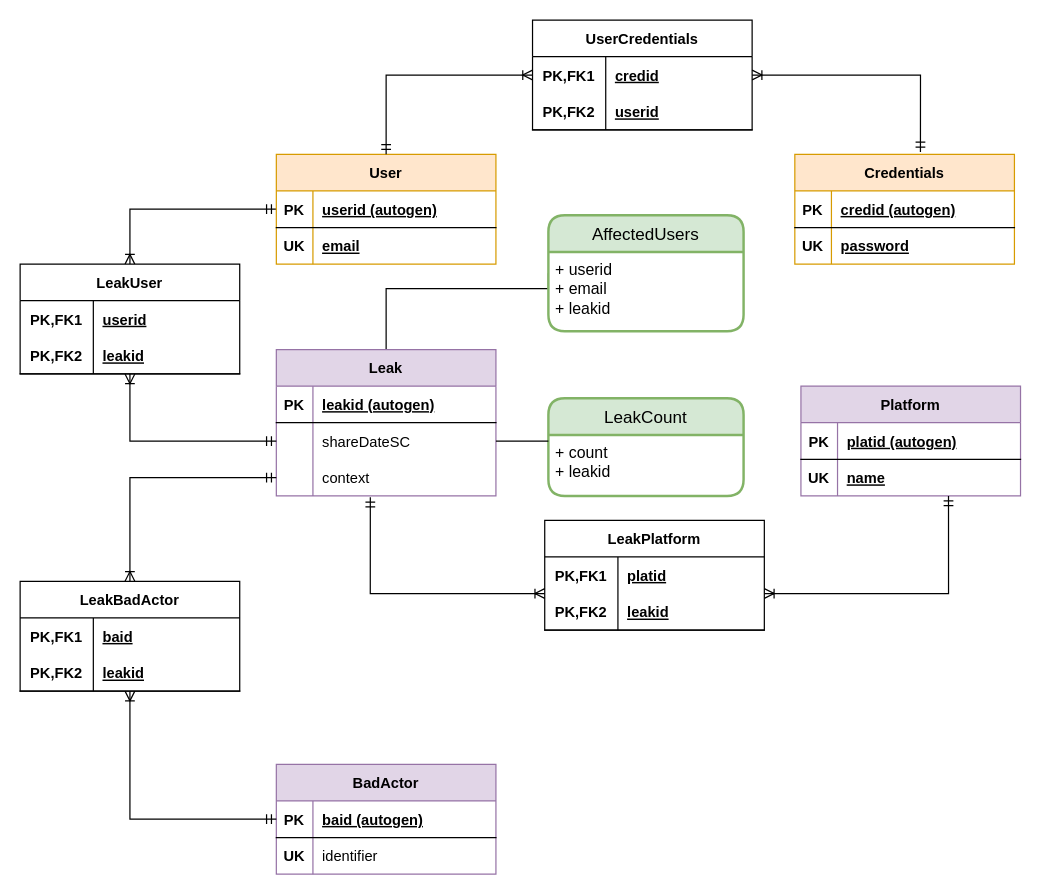
palavrapasse/docs keeps this draw.io diagram as core/src/002-data-model.drawio. Above is the earlier version. Source tidied: cells renumbered, new cells numbered last; positions are measured from the earlier drawing's top-left corner, leaving out a move shared by most shapes. Both pictures are drawn from the tidied source at 122%, with x=0, y=0 at pixel (20, 20).
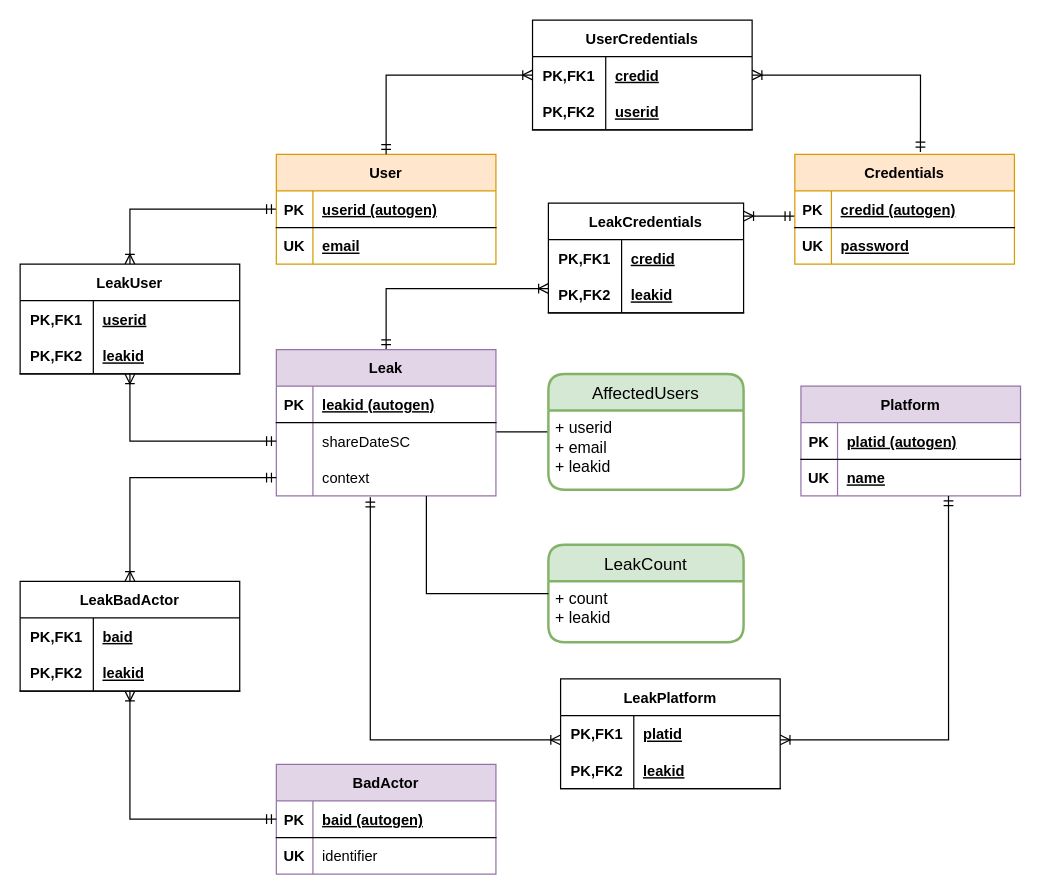
The same diagram, later.

The change refers to these unchanged cells:
```xml
<mxCell id="10" style="shape=tableRow;horizontal=0;startSize=0;swimlaneHead=0;swimlaneBody=0;fillColor=none;points=[[0,0.5],[1,0.5]];portConstraint=eastwest;top=0;left=0;right=0;bottom=1;" parent="9" vertex="1">
  <mxGeometry y="30" width="180" height="30" as="geometry" />
</mxCell>
<mxCell id="17" value="Leak" style="shape=table;startSize=30;childLayout=tableLayout;rowLines=0;fontStyle=1;align=center;fillColor=#e1d5e7;strokeColor=#9673a6;" parent="1" vertex="1">
  <mxGeometry x="210" y="270" width="180" height="120" as="geometry" />
</mxCell>
<mxCell id="21" style="shape=tableRow;horizontal=0;startSize=0;swimlaneHead=0;swimlaneBody=0;fillColor=none;points=[[0,0.5],[1,0.5]];portConstraint=eastwest;top=0;left=0;right=0;bottom=0;" parent="17" vertex="1">
  <mxGeometry y="60" width="180" height="30" as="geometry" />
</mxCell>
<mxCell id="24" style="shape=tableRow;horizontal=0;startSize=0;swimlaneHead=0;swimlaneBody=0;fillColor=none;points=[[0,0.5],[1,0.5]];portConstraint=eastwest;top=0;left=0;right=0;bottom=0;" parent="17" vertex="1">
  <mxGeometry y="90" width="180" height="30" as="geometry" />
</mxCell>
<mxCell id="47" style="shape=tableRow;horizontal=0;startSize=0;swimlaneHead=0;swimlaneBody=0;fillColor=none;points=[[0,0.5],[1,0.5]];portConstraint=eastwest;top=0;left=0;right=0;bottom=0;" parent="43" vertex="1">
  <mxGeometry y="60" width="180" height="30" as="geometry" />
</mxCell>
<mxCell id="54" style="shape=tableRow;horizontal=0;startSize=0;swimlaneHead=0;swimlaneBody=0;fillColor=none;points=[[0,0.5],[1,0.5]];portConstraint=eastwest;top=0;left=0;right=0;bottom=1;" parent="50" vertex="1">
  <mxGeometry y="60" width="180" height="30" as="geometry" />
</mxCell>
<mxCell id="80" value="+ count&#10;+ leakid" style="align=left;strokeColor=none;fillColor=none;spacingLeft=4;fontSize=13;verticalAlign=top;horizontal=1;" parent="79" vertex="1">
  <mxGeometry y="30" width="160" height="50" as="geometry" />
</mxCell>
```

Change to the diagram source:
```diff
@@
+    <mxCell id="82" style="edgeStyle=orthogonalEdgeStyle;rounded=0;jettySize=auto;html=1;entryX=1.001;entryY=0.118;entryDx=0;entryDy=0;entryPerimeter=0;startArrow=ERmandOne;startFill=0;endArrow=ERoneToMany;endFill=0;exitX=0;exitY=0.687;exitDx=0;exitDy=0;exitPerimeter=0;" parent="1" edge="1" source="10" target="84">
+      <mxGeometry relative="1" as="geometry" />
+    </mxCell>
@@
     <mxCell id="16" style="edgeStyle=orthogonalEdgeStyle;rounded=0;jettySize=auto;html=1;fontSize=13;endArrow=none;endFill=0;entryX=0;entryY=0.5;entryDx=0;entryDy=0;" parent="1" edge="1" source="17" target="77">
       <mxGeometry relative="1" as="geometry">
         <Array as="points">
-          <mxPoint x="300" y="220" />
-          <mxPoint x="433" y="220" />
+          <mxPoint x="433" y="338" />
         </Array>
       </mxGeometry>
     </mxCell>
+    <mxCell id="83" style="edgeStyle=orthogonalEdgeStyle;rounded=0;jettySize=auto;html=1;endArrow=ERoneToMany;endFill=0;startArrow=ERmandOne;startFill=0;" parent="1" edge="1" source="17" target="88">
+      <mxGeometry relative="1" as="geometry">
+        <Array as="points">
+          <mxPoint x="300" y="220" />
+        </Array>
+      </mxGeometry>
+    </mxCell>
@@
     <mxCell id="50" value="LeakPlatform" style="shape=table;startSize=30;childLayout=tableLayout;rowLines=0;fontStyle=1;align=center;" parent="1" vertex="1">
-      <mxGeometry x="430" y="410" width="180" height="90" as="geometry" />
+      <mxGeometry x="443" y="540" width="180" height="90" as="geometry" />
     </mxCell>
@@
-    <mxCell id="75" style="edgeStyle=orthogonalEdgeStyle;rounded=0;jettySize=auto;html=1;entryX=0.428;entryY=1.033;entryDx=0;entryDy=0;entryPerimeter=0;startArrow=ERoneToMany;startFill=0;endArrow=ERmandOne;endFill=0;" parent="1" edge="1" source="54" target="24">
+    <mxCell id="75" style="edgeStyle=orthogonalEdgeStyle;rounded=0;jettySize=auto;html=1;entryX=0.428;entryY=1.033;entryDx=0;entryDy=0;entryPerimeter=0;startArrow=ERoneToMany;startFill=0;endArrow=ERmandOne;endFill=0;" parent="1" edge="1" target="24">
       <mxGeometry relative="1" as="geometry">
+        <mxPoint x="443" y="590" as="sourcePoint" />
         <Array as="points">
-          <mxPoint x="287" y="470" />
+          <mxPoint x="443" y="590" />
+          <mxPoint x="287" y="590" />
         </Array>
       </mxGeometry>
     </mxCell>
-    <mxCell id="76" style="edgeStyle=orthogonalEdgeStyle;rounded=0;jettySize=auto;html=1;entryX=0.672;entryY=1;entryDx=0;entryDy=0;entryPerimeter=0;startArrow=ERoneToMany;startFill=0;endArrow=ERmandOne;endFill=0;" parent="1" edge="1" source="54" target="47">
+    <mxCell id="76" style="edgeStyle=orthogonalEdgeStyle;rounded=0;jettySize=auto;html=1;entryX=0.672;entryY=1;entryDx=0;entryDy=0;entryPerimeter=0;startArrow=ERoneToMany;startFill=0;endArrow=ERmandOne;endFill=0;" parent="1" edge="1" target="47">
       <mxGeometry relative="1" as="geometry">
+        <mxPoint x="623" y="590" as="sourcePoint" />
         <Array as="points">
-          <mxPoint x="761" y="470" />
+          <mxPoint x="623" y="590" />
+          <mxPoint x="761" y="590" />
         </Array>
       </mxGeometry>
     </mxCell>
     <mxCell id="77" value="AffectedUsers" style="swimlane;horizontal=1;startSize=30;rounded=1;fontSize=14;fontStyle=0;strokeWidth=2;shadow=0;dashed=0;align=center;fillColor=#d5e8d4;strokeColor=#82b366;" parent="1" vertex="1">
-      <mxGeometry x="433" y="160" width="160" height="95" as="geometry" />
+      <mxGeometry x="433" y="290" width="160" height="95" as="geometry" />
     </mxCell>
@@
     <mxCell id="79" value="LeakCount" style="swimlane;horizontal=1;startSize=30;rounded=1;fontSize=14;fontStyle=0;strokeWidth=2;shadow=0;dashed=0;align=center;fillColor=#d5e8d4;strokeColor=#82b366;" parent="1" vertex="1">
-      <mxGeometry x="433" y="310" width="160" height="80" as="geometry" />
+      <mxGeometry x="433" y="430" width="160" height="80" as="geometry" />
     </mxCell>
@@
-    <mxCell id="81" style="edgeStyle=orthogonalEdgeStyle;rounded=0;jettySize=auto;html=1;entryX=0;entryY=0.1;entryDx=0;entryDy=0;entryPerimeter=0;endArrow=none;endFill=0;" parent="1" edge="1" source="21" target="80">
-      <mxGeometry relative="1" as="geometry" />
+    <mxCell id="81" style="edgeStyle=orthogonalEdgeStyle;rounded=0;orthogonalLoop=1;jettySize=auto;html=1;endArrow=none;endFill=0;" parent="1" edge="1">
+      <mxGeometry relative="1" as="geometry">
+        <mxPoint x="333" y="390" as="sourcePoint" />
+        <mxPoint x="433" y="470" as="targetPoint" />
+        <Array as="points">
+          <mxPoint x="333" y="470" />
+          <mxPoint x="433" y="470" />
+        </Array>
+      </mxGeometry>
     </mxCell>
+    <mxCell id="84" value="LeakCredentials" style="shape=table;startSize=30;childLayout=tableLayout;rowLines=0;fontStyle=1;align=center;" parent="1" vertex="1">
+      <mxGeometry x="433" y="150" width="160" height="90" as="geometry" />
+    </mxCell>
+    <mxCell id="85" style="shape=tableRow;horizontal=0;startSize=0;swimlaneHead=0;swimlaneBody=0;fillColor=none;top=0;left=0;right=0;bottom=0;" parent="84" vertex="1">
+      <mxGeometry y="30" width="160" height="30" as="geometry" />
+    </mxCell>
+    <mxCell id="86" value="PK,FK1" style="shape=partialRectangle;fillColor=none;top=0;left=0;bottom=0;right=0;fontStyle=1;overflow=hidden;" parent="85" vertex="1">
+      <mxGeometry width="60" height="30" as="geometry" />
+    </mxCell>
+    <mxCell id="87" value="credid" style="shape=partialRectangle;fillColor=none;top=0;left=0;bottom=0;right=0;align=left;spacingLeft=6;fontStyle=5;overflow=hidden;" parent="85" vertex="1">
+      <mxGeometry x="60" width="100" height="30" as="geometry" />
+    </mxCell>
+    <mxCell id="88" style="shape=tableRow;horizontal=0;startSize=0;swimlaneHead=0;swimlaneBody=0;fillColor=none;points=[[0,0.5],[1,0.5]];portConstraint=eastwest;top=0;left=0;right=0;bottom=1;" parent="84" vertex="1">
+      <mxGeometry y="60" width="160" height="30" as="geometry" />
+    </mxCell>
+    <mxCell id="89" value="PK,FK2" style="shape=partialRectangle;fillColor=none;top=0;left=0;bottom=0;right=0;fontStyle=1;overflow=hidden;" parent="88" vertex="1">
+      <mxGeometry width="60" height="30" as="geometry" />
+    </mxCell>
+    <mxCell id="90" value="leakid" style="shape=partialRectangle;fillColor=none;top=0;left=0;bottom=0;right=0;align=left;spacingLeft=6;fontStyle=5;overflow=hidden;" parent="88" vertex="1">
+      <mxGeometry x="60" width="100" height="30" as="geometry" />
+    </mxCell>
```
